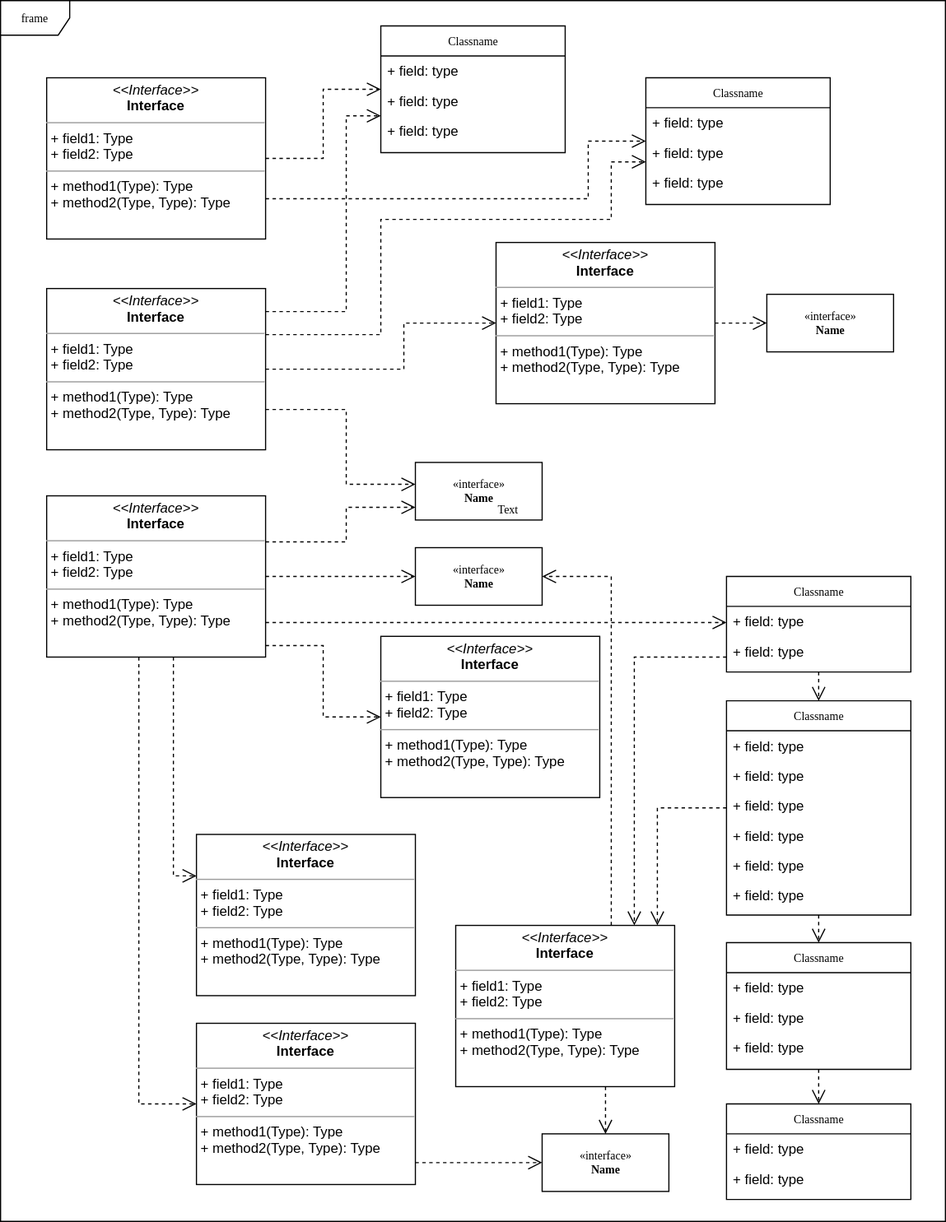
This is Exercises/L7_exercise.drawio.svg from kevinchu-linkai/Software-Engineering, a draw.io export, as it was before one commit. Source tidied: cells renumbered, new cells last; positions are measured from the earlier drawing's top-left corner, leaving out a move shared by most shapes.
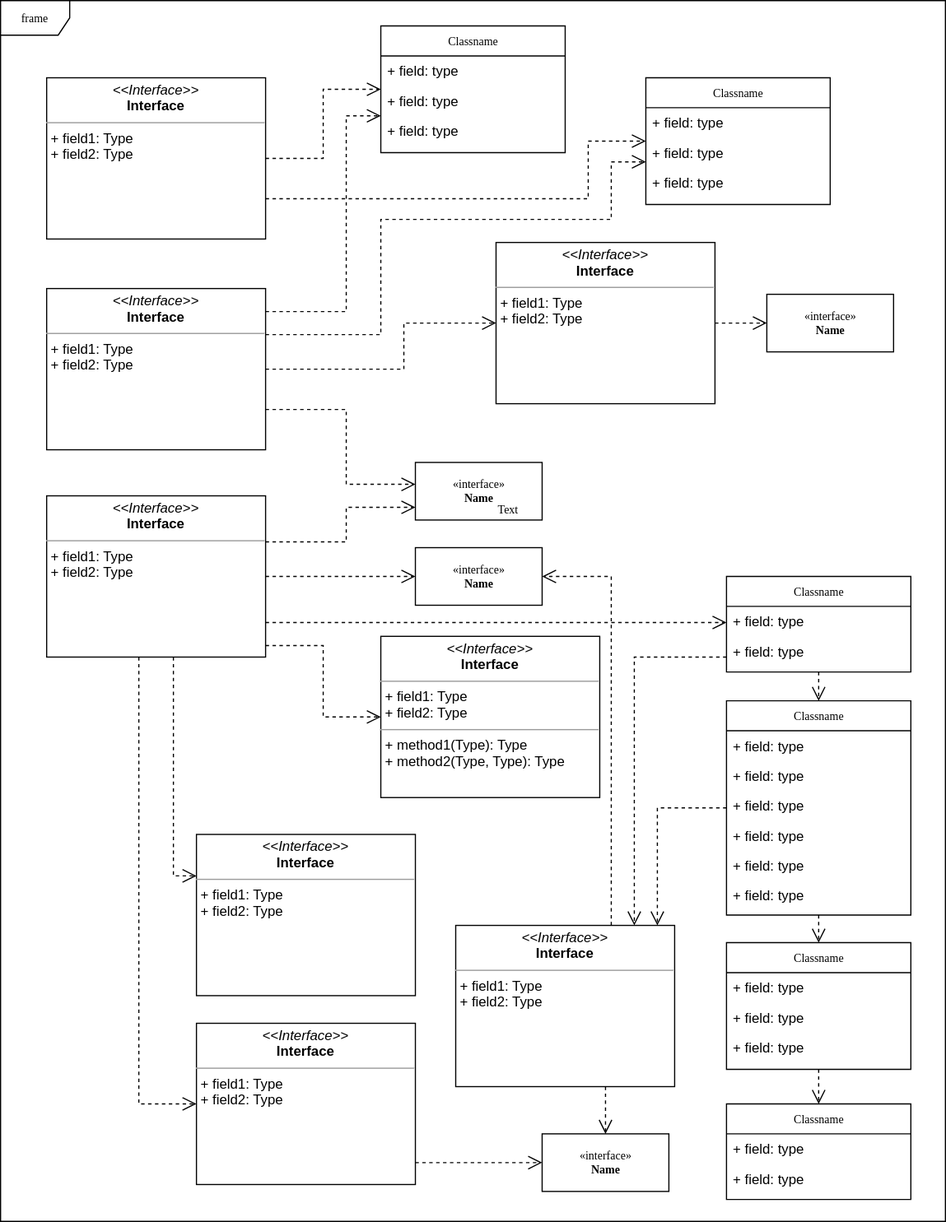
The same file after the commit.

What changed in the source:
```diff
@@ -114,7 +114,7 @@
         </Array>
       </mxGeometry>
     </mxCell>
-    <mxCell id="35" value="&lt;p style=&quot;margin:0px;margin-top:4px;text-align:center;&quot;&gt;&lt;i&gt;&amp;lt;&amp;lt;Interface&amp;gt;&amp;gt;&lt;/i&gt;&lt;br/&gt;&lt;b&gt;Interface&lt;/b&gt;&lt;/p&gt;&lt;hr size=&quot;1&quot;/&gt;&lt;p style=&quot;margin:0px;margin-left:4px;&quot;&gt;+ field1: Type&lt;br/&gt;+ field2: Type&lt;/p&gt;&lt;hr size=&quot;1&quot;/&gt;&lt;p style=&quot;margin:0px;margin-left:4px;&quot;&gt;+ method1(Type): Type&lt;br/&gt;+ method2(Type, Type): Type&lt;/p&gt;" style="verticalAlign=top;align=left;overflow=fill;fontSize=12;fontFamily=Helvetica;html=1;rounded=0;shadow=0;comic=0;labelBackgroundColor=none;strokeWidth=1;" parent="1" vertex="1">
+    <mxCell id="35" value="&lt;p style=&quot;margin:0px;margin-top:4px;text-align:center;&quot;&gt;&lt;i&gt;&amp;lt;&amp;lt;Interface&amp;gt;&amp;gt;&lt;/i&gt;&lt;br&gt;&lt;b&gt;Interface&lt;/b&gt;&lt;/p&gt;&lt;hr size=&quot;1&quot;&gt;&lt;p style=&quot;margin:0px;margin-left:4px;&quot;&gt;+ field1: Type&lt;br&gt;+ field2: Type&lt;/p&gt;&lt;p style=&quot;margin:0px;margin-left:4px;&quot;&gt;&lt;br&gt;&lt;/p&gt;" style="verticalAlign=top;align=left;overflow=fill;fontSize=12;fontFamily=Helvetica;html=1;rounded=0;shadow=0;comic=0;labelBackgroundColor=none;strokeWidth=1;" parent="1" vertex="1">
       <mxGeometry x="395" y="803" width="190" height="140" as="geometry" />
     </mxCell>
     <mxCell id="36" value="&lt;p style=&quot;margin:0px;margin-top:4px;text-align:center;&quot;&gt;&lt;i&gt;&amp;lt;&amp;lt;Interface&amp;gt;&amp;gt;&lt;/i&gt;&lt;br/&gt;&lt;b&gt;Interface&lt;/b&gt;&lt;/p&gt;&lt;hr size=&quot;1&quot;/&gt;&lt;p style=&quot;margin:0px;margin-left:4px;&quot;&gt;+ field1: Type&lt;br/&gt;+ field2: Type&lt;/p&gt;&lt;hr size=&quot;1&quot;/&gt;&lt;p style=&quot;margin:0px;margin-left:4px;&quot;&gt;+ method1(Type): Type&lt;br/&gt;+ method2(Type, Type): Type&lt;/p&gt;" style="verticalAlign=top;align=left;overflow=fill;fontSize=12;fontFamily=Helvetica;html=1;rounded=0;shadow=0;comic=0;labelBackgroundColor=none;strokeWidth=1;" parent="1" vertex="1">
@@ -128,10 +128,10 @@
         </Array>
       </mxGeometry>
     </mxCell>
-    <mxCell id="38" value="&lt;p style=&quot;margin:0px;margin-top:4px;text-align:center;&quot;&gt;&lt;i&gt;&amp;lt;&amp;lt;Interface&amp;gt;&amp;gt;&lt;/i&gt;&lt;br/&gt;&lt;b&gt;Interface&lt;/b&gt;&lt;/p&gt;&lt;hr size=&quot;1&quot;/&gt;&lt;p style=&quot;margin:0px;margin-left:4px;&quot;&gt;+ field1: Type&lt;br/&gt;+ field2: Type&lt;/p&gt;&lt;hr size=&quot;1&quot;/&gt;&lt;p style=&quot;margin:0px;margin-left:4px;&quot;&gt;+ method1(Type): Type&lt;br/&gt;+ method2(Type, Type): Type&lt;/p&gt;" style="verticalAlign=top;align=left;overflow=fill;fontSize=12;fontFamily=Helvetica;html=1;rounded=0;shadow=0;comic=0;labelBackgroundColor=none;strokeWidth=1;" parent="1" vertex="1">
+    <mxCell id="38" value="&lt;p style=&quot;margin:0px;margin-top:4px;text-align:center;&quot;&gt;&lt;i&gt;&amp;lt;&amp;lt;Interface&amp;gt;&amp;gt;&lt;/i&gt;&lt;br&gt;&lt;b&gt;Interface&lt;/b&gt;&lt;/p&gt;&lt;hr size=&quot;1&quot;&gt;&lt;p style=&quot;margin:0px;margin-left:4px;&quot;&gt;+ field1: Type&lt;br&gt;+ field2: Type&lt;/p&gt;" style="verticalAlign=top;align=left;overflow=fill;fontSize=12;fontFamily=Helvetica;html=1;rounded=0;shadow=0;comic=0;labelBackgroundColor=none;strokeWidth=1;" parent="1" vertex="1">
       <mxGeometry x="170" y="888" width="190" height="140" as="geometry" />
     </mxCell>
-    <mxCell id="39" value="&lt;p style=&quot;margin:0px;margin-top:4px;text-align:center;&quot;&gt;&lt;i&gt;&amp;lt;&amp;lt;Interface&amp;gt;&amp;gt;&lt;/i&gt;&lt;br/&gt;&lt;b&gt;Interface&lt;/b&gt;&lt;/p&gt;&lt;hr size=&quot;1&quot;/&gt;&lt;p style=&quot;margin:0px;margin-left:4px;&quot;&gt;+ field1: Type&lt;br/&gt;+ field2: Type&lt;/p&gt;&lt;hr size=&quot;1&quot;/&gt;&lt;p style=&quot;margin:0px;margin-left:4px;&quot;&gt;+ method1(Type): Type&lt;br/&gt;+ method2(Type, Type): Type&lt;/p&gt;" style="verticalAlign=top;align=left;overflow=fill;fontSize=12;fontFamily=Helvetica;html=1;rounded=0;shadow=0;comic=0;labelBackgroundColor=none;strokeWidth=1;" parent="1" vertex="1">
+    <mxCell id="39" value="&lt;p style=&quot;margin:0px;margin-top:4px;text-align:center;&quot;&gt;&lt;i&gt;&amp;lt;&amp;lt;Interface&amp;gt;&amp;gt;&lt;/i&gt;&lt;br&gt;&lt;b&gt;Interface&lt;/b&gt;&lt;/p&gt;&lt;hr size=&quot;1&quot;&gt;&lt;p style=&quot;margin:0px;margin-left:4px;&quot;&gt;+ field1: Type&lt;br&gt;+ field2: Type&lt;/p&gt;&lt;p style=&quot;margin:0px;margin-left:4px;&quot;&gt;&lt;br&gt;&lt;/p&gt;" style="verticalAlign=top;align=left;overflow=fill;fontSize=12;fontFamily=Helvetica;html=1;rounded=0;shadow=0;comic=0;labelBackgroundColor=none;strokeWidth=1;" parent="1" vertex="1">
       <mxGeometry x="170" y="724" width="190" height="140" as="geometry" />
     </mxCell>
     <mxCell id="40" value="&amp;laquo;interface&amp;raquo;&lt;br&gt;&lt;b&gt;Name&lt;/b&gt;" style="html=1;rounded=0;shadow=0;comic=0;labelBackgroundColor=none;strokeWidth=1;fontFamily=Verdana;fontSize=10;align=center;" parent="1" vertex="1">
@@ -143,7 +143,7 @@
     <mxCell id="42" style="edgeStyle=orthogonalEdgeStyle;rounded=0;html=1;dashed=1;labelBackgroundColor=none;startFill=0;endArrow=open;endFill=0;endSize=10;fontFamily=Verdana;fontSize=10;" parent="1" edge="1" source="43" target="45">
       <mxGeometry relative="1" as="geometry" />
     </mxCell>
-    <mxCell id="43" value="&lt;p style=&quot;margin:0px;margin-top:4px;text-align:center;&quot;&gt;&lt;i&gt;&amp;lt;&amp;lt;Interface&amp;gt;&amp;gt;&lt;/i&gt;&lt;br/&gt;&lt;b&gt;Interface&lt;/b&gt;&lt;/p&gt;&lt;hr size=&quot;1&quot;/&gt;&lt;p style=&quot;margin:0px;margin-left:4px;&quot;&gt;+ field1: Type&lt;br/&gt;+ field2: Type&lt;/p&gt;&lt;hr size=&quot;1&quot;/&gt;&lt;p style=&quot;margin:0px;margin-left:4px;&quot;&gt;+ method1(Type): Type&lt;br/&gt;+ method2(Type, Type): Type&lt;/p&gt;" style="verticalAlign=top;align=left;overflow=fill;fontSize=12;fontFamily=Helvetica;html=1;rounded=0;shadow=0;comic=0;labelBackgroundColor=none;strokeWidth=1;" parent="1" vertex="1">
+    <mxCell id="43" value="&lt;p style=&quot;margin:0px;margin-top:4px;text-align:center;&quot;&gt;&lt;i&gt;&amp;lt;&amp;lt;Interface&amp;gt;&amp;gt;&lt;/i&gt;&lt;br&gt;&lt;b&gt;Interface&lt;/b&gt;&lt;/p&gt;&lt;hr size=&quot;1&quot;&gt;&lt;p style=&quot;margin:0px;margin-left:4px;&quot;&gt;+ field1: Type&lt;br&gt;+ field2: Type&lt;/p&gt;&lt;p style=&quot;margin:0px;margin-left:4px;&quot;&gt;&lt;br&gt;&lt;/p&gt;" style="verticalAlign=top;align=left;overflow=fill;fontSize=12;fontFamily=Helvetica;html=1;rounded=0;shadow=0;comic=0;labelBackgroundColor=none;strokeWidth=1;" parent="1" vertex="1">
       <mxGeometry x="430" y="210" width="190" height="140" as="geometry" />
     </mxCell>
     <mxCell id="44" value="Text" style="text;html=1;align=left;verticalAlign=top;spacingTop=-4;fontSize=10;fontFamily=Verdana;fontColor=#000000;" parent="1" vertex="1">
@@ -163,7 +163,7 @@
         </Array>
       </mxGeometry>
     </mxCell>
-    <mxCell id="48" value="&lt;p style=&quot;margin:0px;margin-top:4px;text-align:center;&quot;&gt;&lt;i&gt;&amp;lt;&amp;lt;Interface&amp;gt;&amp;gt;&lt;/i&gt;&lt;br/&gt;&lt;b&gt;Interface&lt;/b&gt;&lt;/p&gt;&lt;hr size=&quot;1&quot;/&gt;&lt;p style=&quot;margin:0px;margin-left:4px;&quot;&gt;+ field1: Type&lt;br/&gt;+ field2: Type&lt;/p&gt;&lt;hr size=&quot;1&quot;/&gt;&lt;p style=&quot;margin:0px;margin-left:4px;&quot;&gt;+ method1(Type): Type&lt;br/&gt;+ method2(Type, Type): Type&lt;/p&gt;" style="verticalAlign=top;align=left;overflow=fill;fontSize=12;fontFamily=Helvetica;html=1;rounded=0;shadow=0;comic=0;labelBackgroundColor=none;strokeWidth=1;" parent="1" vertex="1">
+    <mxCell id="48" value="&lt;p style=&quot;margin:0px;margin-top:4px;text-align:center;&quot;&gt;&lt;i&gt;&amp;lt;&amp;lt;Interface&amp;gt;&amp;gt;&lt;/i&gt;&lt;br&gt;&lt;b&gt;Interface&lt;/b&gt;&lt;/p&gt;&lt;hr size=&quot;1&quot;&gt;&lt;p style=&quot;margin:0px;margin-left:4px;&quot;&gt;+ field1: Type&lt;br&gt;+ field2: Type&lt;/p&gt;&lt;p style=&quot;margin:0px;margin-left:4px;&quot;&gt;&lt;br&gt;&lt;/p&gt;" style="verticalAlign=top;align=left;overflow=fill;fontSize=12;fontFamily=Helvetica;html=1;rounded=0;shadow=0;comic=0;labelBackgroundColor=none;strokeWidth=1;" parent="1" vertex="1">
       <mxGeometry x="40" y="67" width="190" height="140" as="geometry" />
     </mxCell>
     <mxCell id="49" style="edgeStyle=orthogonalEdgeStyle;rounded=0;html=1;dashed=1;labelBackgroundColor=none;startFill=0;endArrow=open;endFill=0;endSize=10;fontFamily=Verdana;fontSize=10;" parent="1" edge="1" source="53" target="12">
@@ -200,7 +200,7 @@
         </Array>
       </mxGeometry>
     </mxCell>
-    <mxCell id="53" value="&lt;p style=&quot;margin:0px;margin-top:4px;text-align:center;&quot;&gt;&lt;i&gt;&amp;lt;&amp;lt;Interface&amp;gt;&amp;gt;&lt;/i&gt;&lt;br/&gt;&lt;b&gt;Interface&lt;/b&gt;&lt;/p&gt;&lt;hr size=&quot;1&quot;/&gt;&lt;p style=&quot;margin:0px;margin-left:4px;&quot;&gt;+ field1: Type&lt;br/&gt;+ field2: Type&lt;/p&gt;&lt;hr size=&quot;1&quot;/&gt;&lt;p style=&quot;margin:0px;margin-left:4px;&quot;&gt;+ method1(Type): Type&lt;br/&gt;+ method2(Type, Type): Type&lt;/p&gt;" style="verticalAlign=top;align=left;overflow=fill;fontSize=12;fontFamily=Helvetica;html=1;rounded=0;shadow=0;comic=0;labelBackgroundColor=none;strokeWidth=1;" parent="1" vertex="1">
+    <mxCell id="53" value="&lt;p style=&quot;margin:0px;margin-top:4px;text-align:center;&quot;&gt;&lt;i&gt;&amp;lt;&amp;lt;Interface&amp;gt;&amp;gt;&lt;/i&gt;&lt;br&gt;&lt;b&gt;Interface&lt;/b&gt;&lt;/p&gt;&lt;hr size=&quot;1&quot;&gt;&lt;p style=&quot;margin:0px;margin-left:4px;&quot;&gt;+ field1: Type&lt;br&gt;+ field2: Type&lt;/p&gt;&lt;p style=&quot;margin:0px;margin-left:4px;&quot;&gt;&lt;br&gt;&lt;/p&gt;" style="verticalAlign=top;align=left;overflow=fill;fontSize=12;fontFamily=Helvetica;html=1;rounded=0;shadow=0;comic=0;labelBackgroundColor=none;strokeWidth=1;" parent="1" vertex="1">
       <mxGeometry x="40" y="250" width="190" height="140" as="geometry" />
     </mxCell>
     <mxCell id="54" style="edgeStyle=orthogonalEdgeStyle;rounded=0;html=1;dashed=1;labelBackgroundColor=none;startFill=0;endArrow=open;endFill=0;endSize=10;fontFamily=Verdana;fontSize=10;" parent="1" edge="1" source="60" target="41">
@@ -244,7 +244,7 @@
         </Array>
       </mxGeometry>
     </mxCell>
-    <mxCell id="60" value="&lt;p style=&quot;margin:0px;margin-top:4px;text-align:center;&quot;&gt;&lt;i&gt;&amp;lt;&amp;lt;Interface&amp;gt;&amp;gt;&lt;/i&gt;&lt;br/&gt;&lt;b&gt;Interface&lt;/b&gt;&lt;/p&gt;&lt;hr size=&quot;1&quot;/&gt;&lt;p style=&quot;margin:0px;margin-left:4px;&quot;&gt;+ field1: Type&lt;br/&gt;+ field2: Type&lt;/p&gt;&lt;hr size=&quot;1&quot;/&gt;&lt;p style=&quot;margin:0px;margin-left:4px;&quot;&gt;+ method1(Type): Type&lt;br/&gt;+ method2(Type, Type): Type&lt;/p&gt;" style="verticalAlign=top;align=left;overflow=fill;fontSize=12;fontFamily=Helvetica;html=1;rounded=0;shadow=0;comic=0;labelBackgroundColor=none;strokeWidth=1;" parent="1" vertex="1">
+    <mxCell id="60" value="&lt;p style=&quot;margin:0px;margin-top:4px;text-align:center;&quot;&gt;&lt;i&gt;&amp;lt;&amp;lt;Interface&amp;gt;&amp;gt;&lt;/i&gt;&lt;br&gt;&lt;b&gt;Interface&lt;/b&gt;&lt;/p&gt;&lt;hr size=&quot;1&quot;&gt;&lt;p style=&quot;margin:0px;margin-left:4px;&quot;&gt;+ field1: Type&lt;br&gt;+ field2: Type&lt;/p&gt;&lt;p style=&quot;margin:0px;margin-left:4px;&quot;&gt;&lt;br&gt;&lt;/p&gt;" style="verticalAlign=top;align=left;overflow=fill;fontSize=12;fontFamily=Helvetica;html=1;rounded=0;shadow=0;comic=0;labelBackgroundColor=none;strokeWidth=1;" parent="1" vertex="1">
       <mxGeometry x="40" y="430" width="190" height="140" as="geometry" />
     </mxCell>
     <mxCell id="61" style="edgeStyle=orthogonalEdgeStyle;rounded=0;html=1;dashed=1;labelBackgroundColor=none;startFill=0;endArrow=open;endFill=0;endSize=10;fontFamily=Verdana;fontSize=10;" parent="1" edge="1" source="29" target="35">
```
